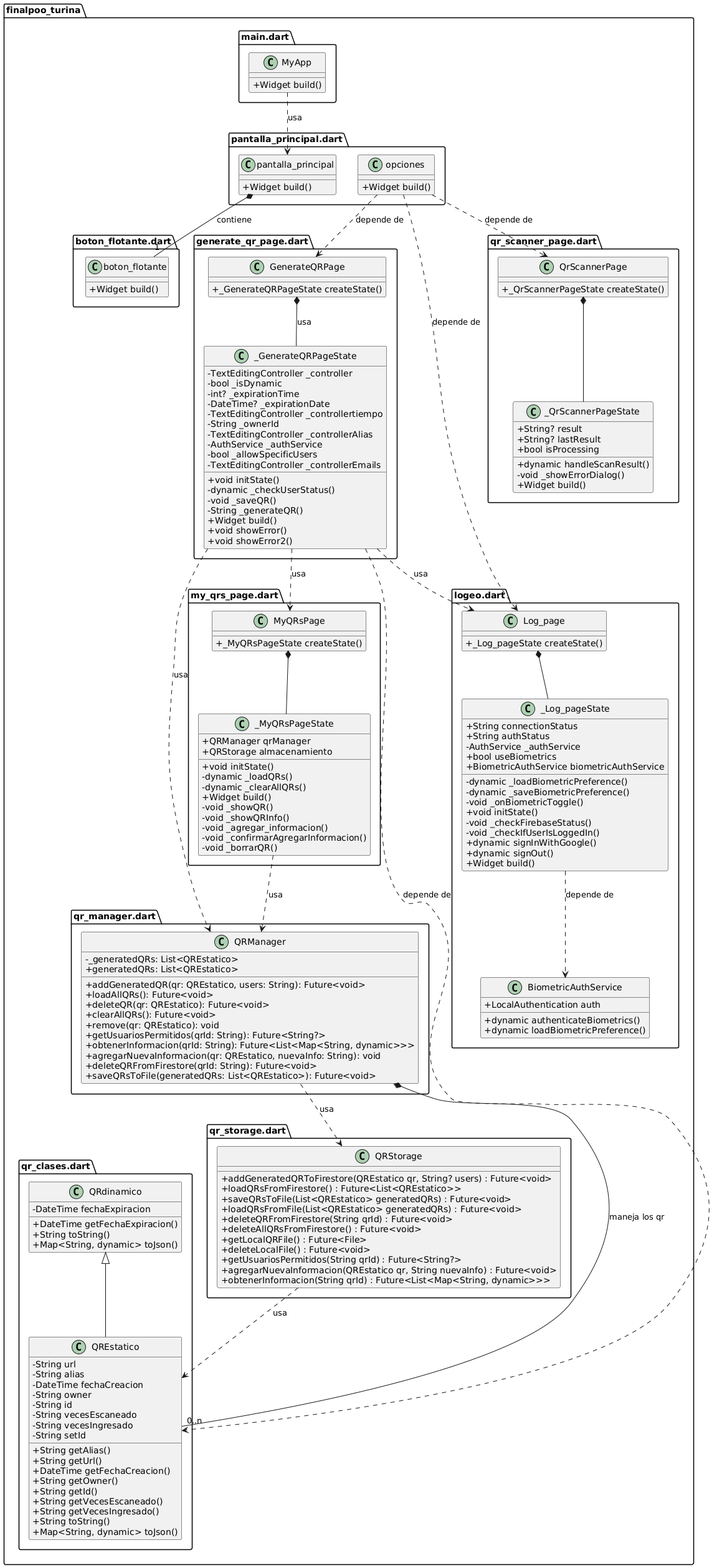
Earlier version of the PlantUML export assets/img/documentacion/clases_general.png (jorgeturi/jorgeturi.github.io).
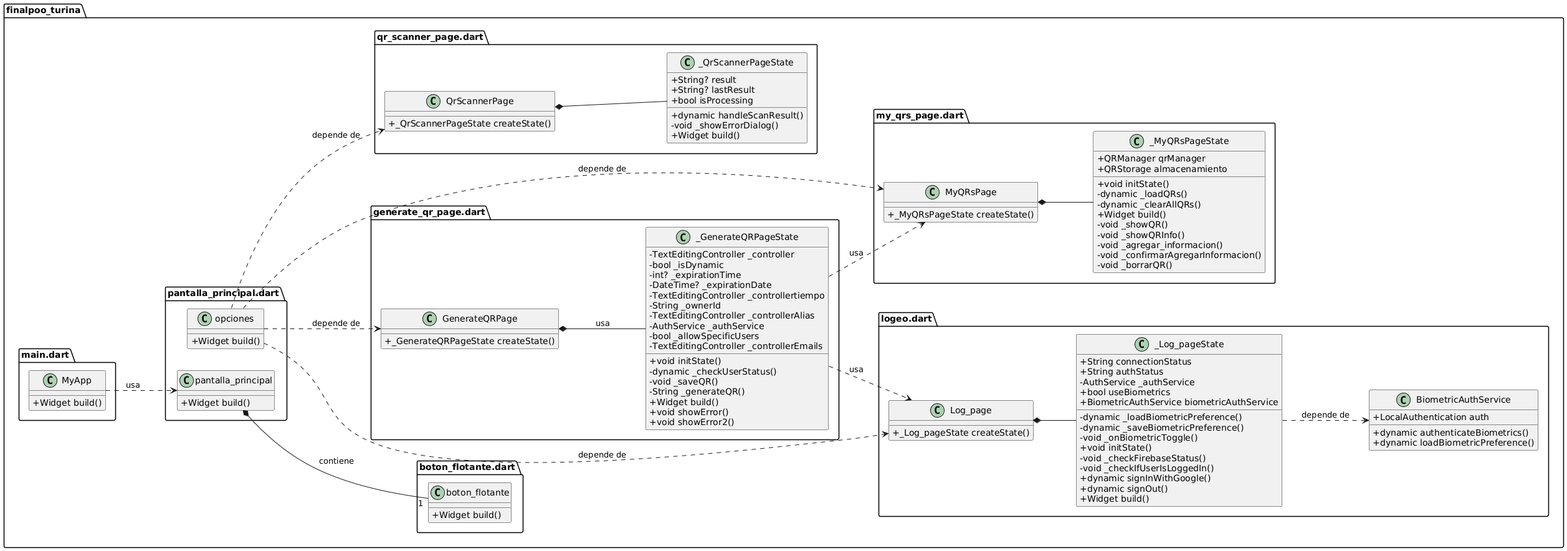
After the change.

Commit message:
imagen correspondiente

Diff of the diagram source:
```diff
@@ -2,7 +2,8 @@
 set namespaceSeparator ::
 
 skinparam classAttributeIconSize 0
-skinparam classMargin 20
+
+left to right direction
 
 class "finalpoo_turina::generate_qr_page.dart::GenerateQRPage" {
   +_GenerateQRPageState createState()
@@ -89,47 +90,9 @@
   +Widget build()
 }
 
-class "finalpoo_turina::qr_clases.dart::QREstatico" {
-  -String url
-  -String alias
-  -DateTime fechaCreacion
-  -String owner
-  -String id
-  -String vecesEscaneado
-  -String vecesIngresado
-  -String setId
-  +String getAlias()
-  +String getUrl()
-  +DateTime getFechaCreacion()
-  +String getOwner()
-  +String getId()
-  +String getVecesEscaneado()
-  +String getVecesIngresado()
-  +String toString()
-  +Map<String, dynamic> toJson()
-}
 
-class "finalpoo_turina::qr_clases.dart::QRdinamico" {
-  -DateTime fechaExpiracion
-  +DateTime getFechaExpiracion()
-  +String toString()
-  +Map<String, dynamic> toJson()
-}
 
-class "finalpoo_turina::qr_manager.dart::QRManager" {
-  - _generatedQRs: List<QREstatico>
-    + generatedQRs: List<QREstatico>
-    + addGeneratedQR(qr: QREstatico, users: String): Future<void>
-    + loadAllQRs(): Future<void>
-    + deleteQR(qr: QREstatico): Future<void>
-    + clearAllQRs(): Future<void>
-    + remove(qr: QREstatico): void
-    + getUsuariosPermitidos(qrId: String): Future<String?>
-    + obtenerInformacion(qrId: String): Future<List<Map<String, dynamic>>>
-    + agregarNuevaInformacion(qr: QREstatico, nuevaInfo: String): void
-    + deleteQRFromFirestore(qrId: String): Future<void>
-    + saveQRsToFile(generatedQRs: List<QREstatico>): Future<void>
-}
+
 
 class "finalpoo_turina::qr_scanner_page.dart::QrScannerPage" {
   +_QrScannerPageState createState()
@@ -144,29 +107,15 @@
   +Widget build()
 }
 
-class "finalpoo_turina::qr_storage.dart::QRStorage" {
-  +addGeneratedQRToFirestore(QREstatico qr, String? users) : Future<void>
-  +loadQRsFromFirestore() : Future<List<QREstatico>>
-  +saveQRsToFile(List<QREstatico> generatedQRs) : Future<void>
-  +loadQRsFromFile(List<QREstatico> generatedQRs) : Future<void>
-  +deleteQRFromFirestore(String qrId) : Future<void>
-  +deleteAllQRsFromFirestore() : Future<void>
-  +getLocalQRFile() : Future<File>
-  +deleteLocalFile() : Future<void>
-  +getUsuariosPermitidos(String qrId) : Future<String?>
-  +agregarNuevaInformacion(QREstatico qr, String nuevaInfo) : Future<void>
-  +obtenerInformacion(String qrId) : Future<List<Map<String, dynamic>>>
-}
 
 
 
 
 GenerateQRPage *-- _GenerateQRPageState : usa
-_GenerateQRPageState ..> QREstatico : depende de
+
 _GenerateQRPageState ..> Log_page : usa
 
 _GenerateQRPageState ..> MyQRsPage : usa
-_GenerateQRPageState ..> QRManager : usa
 
 MyApp ..> pantalla_principal : usa
 opciones ..> QrScannerPage : depende de
@@ -174,6 +123,7 @@
 pantalla_principal *-- "1" boton_flotante : contiene
 opciones ..> GenerateQRPage : depende de
 
+opciones ..> MyQRsPage : depende de
 
 
 
@@ -181,13 +131,7 @@
 Log_page *-- _Log_pageState
 _Log_pageState ..> BiometricAuthService : depende de
 
-QRStorage ..> QREstatico: usa
 
-QRManager *-- "0..n" QREstatico : maneja los qr
-QRManager ..> QRStorage : usa
 
  QrScannerPage *-- _QrScannerPageState
-_MyQRsPageState ..> QRManager : usa
-
-QRdinamico <|-- QREstatico
 @enduml
```
